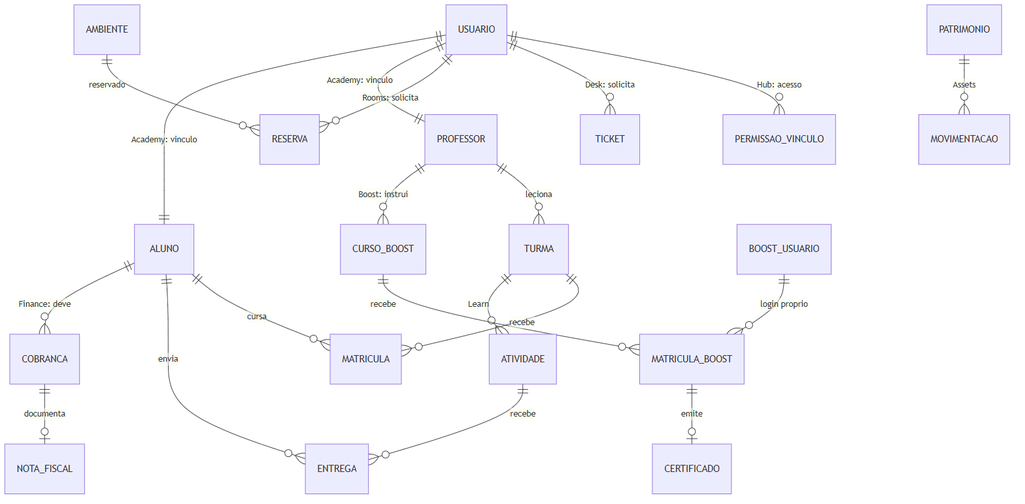
This is docs/diagramas/png/erd-geral.png from bebberjoao/RoosterOneBackend, a Mermaid export, as it was before one commit. Its source is kept beside it as docs/diagramas/src/erd-geral.mmd.
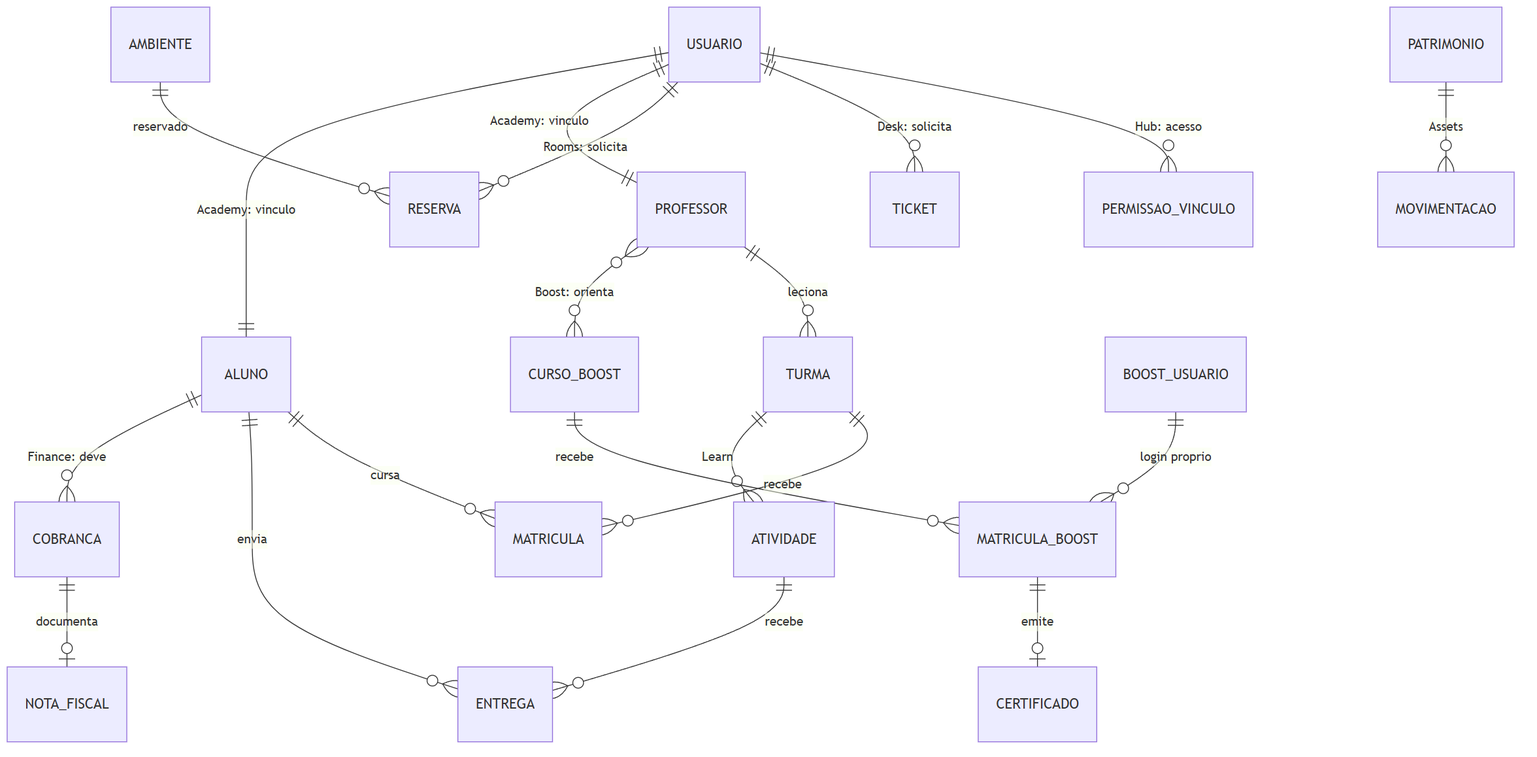
Later version of the same file.

Change to the diagram source:
```diff
@@ -12,7 +12,7 @@
   ALUNO ||--o{ ENTREGA : envia
   ALUNO ||--o{ COBRANCA : "Finance: deve"
   COBRANCA ||--o| NOTA_FISCAL : documenta
-  PROFESSOR ||--o{ CURSO_BOOST : "Boost: instrui"
+  PROFESSOR }o--o{ CURSO_BOOST : "Boost: orienta"
   BOOST_USUARIO ||--o{ MATRICULA_BOOST : "login proprio"
   CURSO_BOOST ||--o{ MATRICULA_BOOST : recebe
   MATRICULA_BOOST ||--o| CERTIFICADO : emite
```
